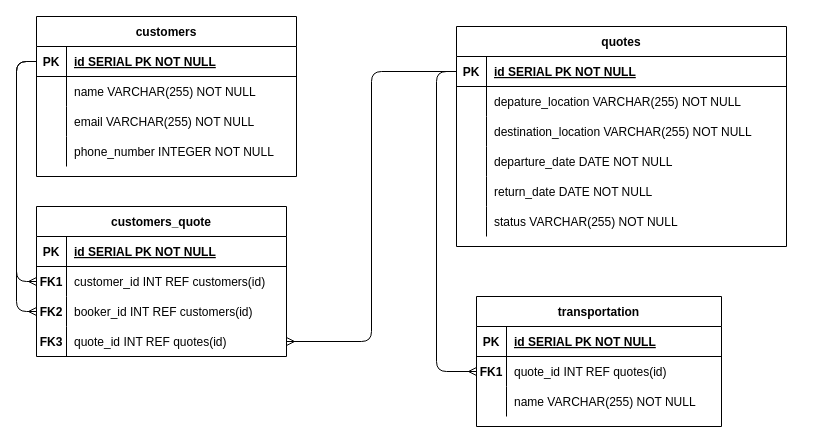
Earlier version of the draw.io diagram wet-bat-erd.drawio (mgibby91/LC-takehome). Source tidied: cells renumbered, new cells numbered last; positions are measured from the earlier drawing's top-left corner, leaving out a move shared by most shapes. Both pictures are drawn from the tidied source at 100%, with x=0, y=0 at pixel (36, 16).
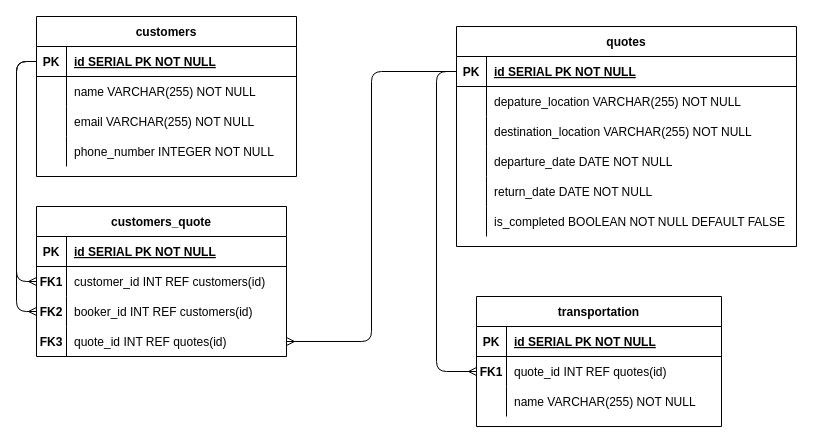
Above is the later version.

Commit message (it also covers changes not shown here):
modify quotes table status column to is_completed boolean

Diff of the diagram source:
```diff
@@
     <mxCell id="3" value="quotes" style="shape=table;startSize=30;childLayout=tableLayout;rowLines=0;fontStyle=1;align=center;" parent="1" vertex="1">
-      <mxGeometry x="420" y="10" width="330" height="220" as="geometry" />
+      <mxGeometry x="420" y="10" width="340" height="220" as="geometry" />
     </mxCell>
     <mxCell id="4" style="shape=partialRectangle;fillColor=none;points=[[0,0.5],[1,0.5]];portConstraint=eastwest;top=0;left=0;right=0;bottom=1;" parent="3" vertex="1">
-      <mxGeometry y="30" width="330" height="30" as="geometry" />
+      <mxGeometry y="30" width="340" height="30" as="geometry" />
     </mxCell>
@@
     <mxCell id="6" value="id SERIAL PK NOT NULL " style="shape=partialRectangle;overflow=hidden;fillColor=none;top=0;left=0;bottom=0;right=0;align=left;spacingLeft=6;fontStyle=5;" parent="4" vertex="1">
-      <mxGeometry x="30" width="300" height="30" as="geometry" />
+      <mxGeometry x="30" width="310" height="30" as="geometry" />
     </mxCell>
     <mxCell id="7" style="shape=partialRectangle;fillColor=none;top=0;left=0;right=0;bottom=0;" parent="3" vertex="1">
-      <mxGeometry y="60" width="330" height="30" as="geometry" />
+      <mxGeometry y="60" width="340" height="30" as="geometry" />
     </mxCell>
@@
     <mxCell id="9" value="depature_location VARCHAR(255) NOT NULL" style="shape=partialRectangle;overflow=hidden;fillColor=none;top=0;left=0;bottom=0;right=0;align=left;spacingLeft=6;" parent="7" vertex="1">
-      <mxGeometry x="30" width="300" height="30" as="geometry" />
+      <mxGeometry x="30" width="310" height="30" as="geometry" />
     </mxCell>
     <mxCell id="10" style="shape=partialRectangle;fillColor=none;top=0;left=0;right=0;bottom=0;" parent="3" vertex="1">
-      <mxGeometry y="90" width="330" height="30" as="geometry" />
+      <mxGeometry y="90" width="340" height="30" as="geometry" />
     </mxCell>
@@
     <mxCell id="12" value="destination_location VARCHAR(255) NOT NULL" style="shape=partialRectangle;overflow=hidden;fillColor=none;top=0;left=0;bottom=0;right=0;align=left;spacingLeft=6;" parent="10" vertex="1">
-      <mxGeometry x="30" width="300" height="30" as="geometry" />
+      <mxGeometry x="30" width="310" height="30" as="geometry" />
     </mxCell>
     <mxCell id="13" style="shape=partialRectangle;fillColor=none;top=0;left=0;right=0;bottom=0;" parent="3" vertex="1">
-      <mxGeometry y="120" width="330" height="30" as="geometry" />
+      <mxGeometry y="120" width="340" height="30" as="geometry" />
     </mxCell>
@@
     <mxCell id="15" value="departure_date DATE NOT NULL" style="shape=partialRectangle;overflow=hidden;fillColor=none;top=0;left=0;bottom=0;right=0;align=left;spacingLeft=6;" parent="13" vertex="1">
-      <mxGeometry x="30" width="300" height="30" as="geometry" />
+      <mxGeometry x="30" width="310" height="30" as="geometry" />
     </mxCell>
     <mxCell id="16" style="shape=partialRectangle;fillColor=none;top=0;left=0;right=0;bottom=0;" parent="3" vertex="1">
-      <mxGeometry y="150" width="330" height="30" as="geometry" />
+      <mxGeometry y="150" width="340" height="30" as="geometry" />
     </mxCell>
@@
     <mxCell id="18" value="return_date DATE NOT NULL" style="shape=partialRectangle;overflow=hidden;fillColor=none;top=0;left=0;bottom=0;right=0;align=left;spacingLeft=6;" parent="16" vertex="1">
-      <mxGeometry x="30" width="300" height="30" as="geometry" />
+      <mxGeometry x="30" width="310" height="30" as="geometry" />
     </mxCell>
     <mxCell id="19" style="shape=partialRectangle;fillColor=none;top=0;left=0;right=0;bottom=0;" parent="3" vertex="1">
-      <mxGeometry y="180" width="330" height="30" as="geometry" />
+      <mxGeometry y="180" width="340" height="30" as="geometry" />
     </mxCell>
@@
-    <mxCell id="21" value="status VARCHAR(255) NOT NULL" style="shape=partialRectangle;overflow=hidden;fillColor=none;top=0;left=0;bottom=0;right=0;align=left;spacingLeft=6;" parent="19" vertex="1">
-      <mxGeometry x="30" width="300" height="30" as="geometry" />
+    <mxCell id="21" value="is_completed BOOLEAN NOT NULL DEFAULT FALSE" style="shape=partialRectangle;overflow=hidden;fillColor=none;top=0;left=0;bottom=0;right=0;align=left;spacingLeft=6;" parent="19" vertex="1">
+      <mxGeometry x="30" width="310" height="30" as="geometry" />
     </mxCell>
```
